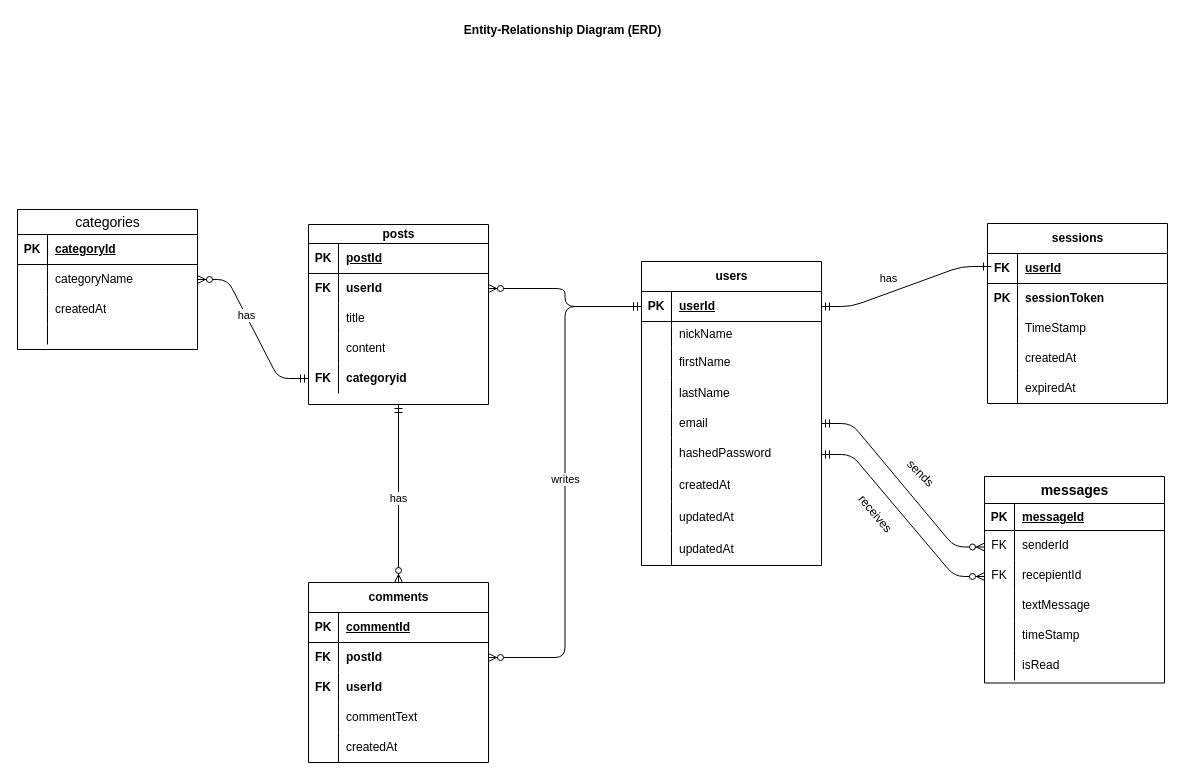
Earlier version of the draw.io diagram ERD.drawio (SalehAbdulla/real-time-forum). Source tidied: cells renumbered, new cells numbered last; positions are measured from the earlier drawing's top-left corner, leaving out a move shared by most shapes. Both pictures are drawn from the tidied source at 100%, with x=0, y=0 at pixel (17, 17).
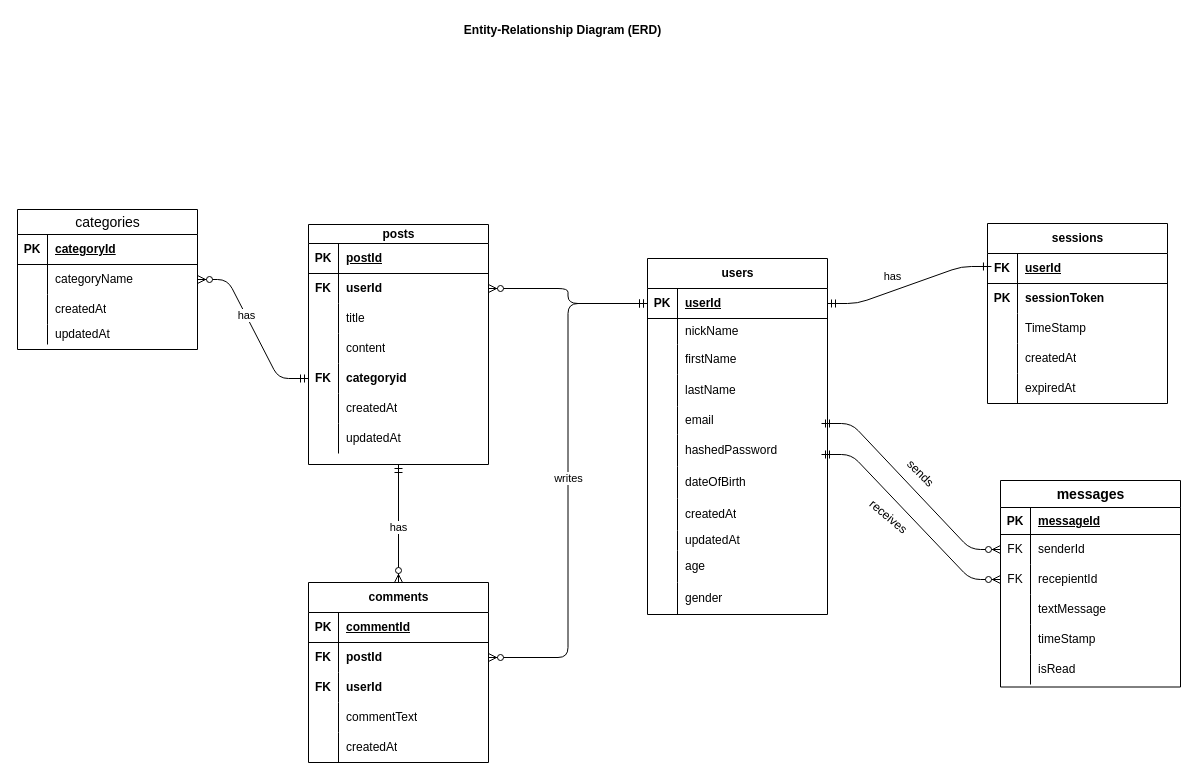
After the change.

Unchanged cells that the change refers to:
```xml
<mxCell id="22" style="shape=tableRow;horizontal=0;startSize=0;swimlaneHead=0;swimlaneBody=0;fillColor=none;top=0;left=0;right=0;bottom=0;" parent="3" vertex="1">
  <mxGeometry y="208" width="180" height="32" as="geometry" />
</mxCell>
<mxCell id="25" style="shape=tableRow;horizontal=0;startSize=0;swimlaneHead=0;swimlaneBody=0;fillColor=none;top=0;left=0;right=0;bottom=0;" parent="3" vertex="1">
  <mxGeometry y="240" width="180" height="32" as="geometry" />
</mxCell>
<mxCell id="53" style="shape=tableRow;horizontal=0;startSize=0;swimlaneHead=0;swimlaneBody=0;fillColor=none;points=[[0,0.5],[1,0.5]];portConstraint=eastwest;top=0;left=0;right=0;bottom=0;" parent="49" vertex="1">
  <mxGeometry y="54" width="180" height="30" as="geometry" />
</mxCell>
<mxCell id="56" style="shape=tableRow;horizontal=0;startSize=0;swimlaneHead=0;swimlaneBody=0;fillColor=none;points=[[0,0.5],[1,0.5]];portConstraint=eastwest;top=0;left=0;right=0;bottom=0;" parent="49" vertex="1">
  <mxGeometry y="84" width="180" height="30" as="geometry" />
</mxCell>
<mxCell id="115" style="shape=tableRow;horizontal=0;startSize=0;swimlaneHead=0;swimlaneBody=0;fillColor=none;top=0;left=0;right=0;bottom=0;" parent="105" vertex="1">
  <mxGeometry y="115" width="180" height="20" as="geometry" />
</mxCell>
```

The edit, as a diff of the source:
```diff
@@
     <mxCell id="3" value="users" style="shape=table;startSize=30;childLayout=tableLayout;rowLines=0;fontStyle=1;align=center;html=1;" parent="1" vertex="1">
-      <mxGeometry x="624" y="244" width="180" height="304" as="geometry" />
+      <mxGeometry x="630" y="241" width="180" height="356" as="geometry" />
     </mxCell>
@@
-    <mxCell id="24" value="createdAt" style="shape=partialRectangle;fillColor=none;top=0;left=0;bottom=0;right=0;align=left;spacingLeft=6;overflow=hidden;whiteSpace=wrap;html=1;" parent="22" vertex="1">
+    <mxCell id="24" value="dateOfBirth" style="shape=partialRectangle;fillColor=none;top=0;left=0;bottom=0;right=0;align=left;spacingLeft=6;overflow=hidden;whiteSpace=wrap;html=1;" parent="22" vertex="1">
       <mxGeometry x="30" width="150" height="32" as="geometry" />
     </mxCell>
@@
-    <mxCell id="27" value="updatedAt" style="shape=partialRectangle;fillColor=none;top=0;left=0;bottom=0;right=0;align=left;spacingLeft=6;overflow=hidden;whiteSpace=wrap;html=1;" parent="25" vertex="1">
+    <mxCell id="27" value="&lt;span style=&quot;color: rgb(0, 0, 0);&quot;&gt;createdAt&lt;/span&gt;" style="shape=partialRectangle;fillColor=none;top=0;left=0;bottom=0;right=0;align=left;spacingLeft=6;overflow=hidden;whiteSpace=wrap;html=1;" parent="25" vertex="1">
       <mxGeometry x="30" width="150" height="32" as="geometry" />
     </mxCell>
     <mxCell id="28" style="shape=tableRow;horizontal=0;startSize=0;swimlaneHead=0;swimlaneBody=0;fillColor=none;top=0;left=0;right=0;bottom=0;" parent="3" vertex="1">
-      <mxGeometry y="272" width="180" height="32" as="geometry" />
+      <mxGeometry y="272" width="180" height="20" as="geometry" />
     </mxCell>
     <mxCell id="29" style="shape=partialRectangle;fillColor=none;top=0;left=0;bottom=0;right=0;overflow=hidden;whiteSpace=wrap;html=1;" parent="28" vertex="1">
-      <mxGeometry width="30" height="32" as="geometry" />
+      <mxGeometry width="30" height="20" as="geometry" />
     </mxCell>
     <mxCell id="30" value="updatedAt" style="shape=partialRectangle;fillColor=none;top=0;left=0;bottom=0;right=0;align=left;spacingLeft=6;overflow=hidden;whiteSpace=wrap;html=1;" parent="28" vertex="1">
-      <mxGeometry x="30" width="150" height="32" as="geometry" />
+      <mxGeometry x="30" width="150" height="20" as="geometry" />
     </mxCell>
+    <mxCell id="124" style="shape=tableRow;horizontal=0;startSize=0;swimlaneHead=0;swimlaneBody=0;fillColor=none;top=0;left=0;right=0;bottom=0;" parent="3" vertex="1">
+      <mxGeometry y="292" width="180" height="32" as="geometry" />
+    </mxCell>
+    <mxCell id="125" style="shape=partialRectangle;fillColor=none;top=0;left=0;bottom=0;right=0;overflow=hidden;whiteSpace=wrap;html=1;" parent="124" vertex="1">
+      <mxGeometry width="30" height="32" as="geometry" />
+    </mxCell>
+    <mxCell id="126" value="age" style="shape=partialRectangle;fillColor=none;top=0;left=0;bottom=0;right=0;align=left;spacingLeft=6;overflow=hidden;whiteSpace=wrap;html=1;" parent="124" vertex="1">
+      <mxGeometry x="30" width="150" height="32" as="geometry" />
+    </mxCell>
+    <mxCell id="127" style="shape=tableRow;horizontal=0;startSize=0;swimlaneHead=0;swimlaneBody=0;fillColor=none;top=0;left=0;right=0;bottom=0;" parent="3" vertex="1">
+      <mxGeometry y="324" width="180" height="32" as="geometry" />
+    </mxCell>
+    <mxCell id="128" style="shape=partialRectangle;fillColor=none;top=0;left=0;bottom=0;right=0;overflow=hidden;whiteSpace=wrap;html=1;" parent="127" vertex="1">
+      <mxGeometry width="30" height="32" as="geometry" />
+    </mxCell>
+    <mxCell id="129" value="gender" style="shape=partialRectangle;fillColor=none;top=0;left=0;bottom=0;right=0;align=left;spacingLeft=6;overflow=hidden;whiteSpace=wrap;html=1;" parent="127" vertex="1">
+      <mxGeometry x="30" width="150" height="32" as="geometry" />
+    </mxCell>
@@
     <mxCell id="49" value="&lt;div style=&quot;text-align: start;&quot;&gt;&lt;font face=&quot;Anthropic Sans, sans-serif&quot;&gt;&lt;span style=&quot;font-size: 14px;&quot;&gt;messages&lt;/span&gt;&lt;/font&gt;&lt;/div&gt;" style="shape=table;startSize=27;childLayout=tableLayout;rowLines=0;fontStyle=1;align=center;html=1;" parent="1" vertex="1">
-      <mxGeometry x="967" y="459" width="180" height="206.5" as="geometry" />
+      <mxGeometry x="983" y="463" width="180" height="206.5" as="geometry" />
     </mxCell>
@@
-    <mxCell id="68" style="edgeStyle=entityRelationEdgeStyle;fontSize=12;html=1;endArrow=ERzeroToMany;startArrow=ERmandOne;entryX=0;entryY=0.5;entryDx=0;entryDy=0;exitX=1;exitY=0.5;exitDx=0;exitDy=0;" parent="1" edge="1">
+    <mxCell id="68" style="edgeStyle=entityRelationEdgeStyle;fontSize=12;html=1;endArrow=ERzeroToMany;startArrow=ERmandOne;entryX=0;entryY=0.5;entryDx=0;entryDy=0;exitX=1;exitY=0.5;exitDx=0;exitDy=0;" parent="1" edge="1" target="53">
       <mxGeometry relative="1" as="geometry">
         <mxPoint x="804" y="406" as="sourcePoint" />
-        <mxPoint x="967" y="529.5" as="targetPoint" />
         <Array as="points">
           <mxPoint x="829" y="482" />
         </Array>
       </mxGeometry>
     </mxCell>
-    <mxCell id="69" style="edgeStyle=entityRelationEdgeStyle;fontSize=12;html=1;endArrow=ERzeroToMany;startArrow=ERmandOne;exitX=1;exitY=0.5;exitDx=0;exitDy=0;" parent="1" edge="1">
+    <mxCell id="69" style="edgeStyle=entityRelationEdgeStyle;fontSize=12;html=1;endArrow=ERzeroToMany;startArrow=ERmandOne;exitX=1;exitY=0.5;exitDx=0;exitDy=0;entryX=0;entryY=0.5;entryDx=0;entryDy=0;" parent="1" edge="1" target="56">
       <mxGeometry relative="1" as="geometry">
         <mxPoint x="804" y="437" as="sourcePoint" />
-        <mxPoint x="967" y="559" as="targetPoint" />
         <Array as="points">
           <mxPoint x="832" y="512" />
         </Array>
       </mxGeometry>
     </mxCell>
@@
-    <mxCell id="71" value="receives" style="text;html=1;align=center;verticalAlign=middle;strokeColor=none;fillColor=none;rotation=50;" parent="1" vertex="1">
-      <mxGeometry x="826" y="483" width="63" height="26" as="geometry" />
+    <mxCell id="71" value="receives" style="text;html=1;align=center;verticalAlign=middle;strokeColor=none;fillColor=none;rotation=40;" parent="1" vertex="1">
+      <mxGeometry x="839" y="486" width="63" height="26" as="geometry" />
     </mxCell>
     <mxCell id="72" value="posts" style="shape=table;startSize=19;childLayout=tableLayout;rowLines=0;fontStyle=1;align=center;html=1;" parent="1" vertex="1">
-      <mxGeometry x="291" y="207" width="180" height="180" as="geometry" />
+      <mxGeometry x="291" y="207" width="180" height="240" as="geometry" />
     </mxCell>
@@
+    <mxCell id="130" style="shape=tableRow;horizontal=0;startSize=0;swimlaneHead=0;swimlaneBody=0;fillColor=none;top=0;left=0;right=0;bottom=0;" parent="72" vertex="1">
+      <mxGeometry y="169" width="180" height="30" as="geometry" />
+    </mxCell>
+    <mxCell id="131" style="shape=partialRectangle;fillColor=none;top=0;left=0;bottom=0;right=0;overflow=hidden;whiteSpace=wrap;html=1;" parent="130" vertex="1">
+      <mxGeometry width="30" height="30" as="geometry" />
+    </mxCell>
+    <mxCell id="132" value="createdAt" style="shape=partialRectangle;fillColor=none;top=0;left=0;bottom=0;right=0;align=left;spacingLeft=6;overflow=hidden;whiteSpace=wrap;html=1;" parent="130" vertex="1">
+      <mxGeometry x="30" width="150" height="30" as="geometry" />
+    </mxCell>
+    <mxCell id="133" style="shape=tableRow;horizontal=0;startSize=0;swimlaneHead=0;swimlaneBody=0;fillColor=none;top=0;left=0;right=0;bottom=0;" parent="72" vertex="1">
+      <mxGeometry y="199" width="180" height="30" as="geometry" />
+    </mxCell>
+    <mxCell id="134" style="shape=partialRectangle;fillColor=none;top=0;left=0;bottom=0;right=0;overflow=hidden;whiteSpace=wrap;html=1;" parent="133" vertex="1">
+      <mxGeometry width="30" height="30" as="geometry" />
+    </mxCell>
+    <mxCell id="135" value="updatedAt" style="shape=partialRectangle;fillColor=none;top=0;left=0;bottom=0;right=0;align=left;spacingLeft=6;overflow=hidden;whiteSpace=wrap;html=1;" parent="133" vertex="1">
+      <mxGeometry x="30" width="150" height="30" as="geometry" />
+    </mxCell>
@@
-    <mxCell id="117" style="shape=partialRectangle;fillColor=none;top=0;left=0;bottom=0;right=0;align=left;spacingLeft=6;overflow=hidden;whiteSpace=wrap;html=1;" parent="115" vertex="1">
+    <mxCell id="117" value="updatedAt" style="shape=partialRectangle;fillColor=none;top=0;left=0;bottom=0;right=0;align=left;spacingLeft=6;overflow=hidden;whiteSpace=wrap;html=1;" parent="115" vertex="1">
       <mxGeometry x="30" width="150" height="20" as="geometry" />
     </mxCell>
```
